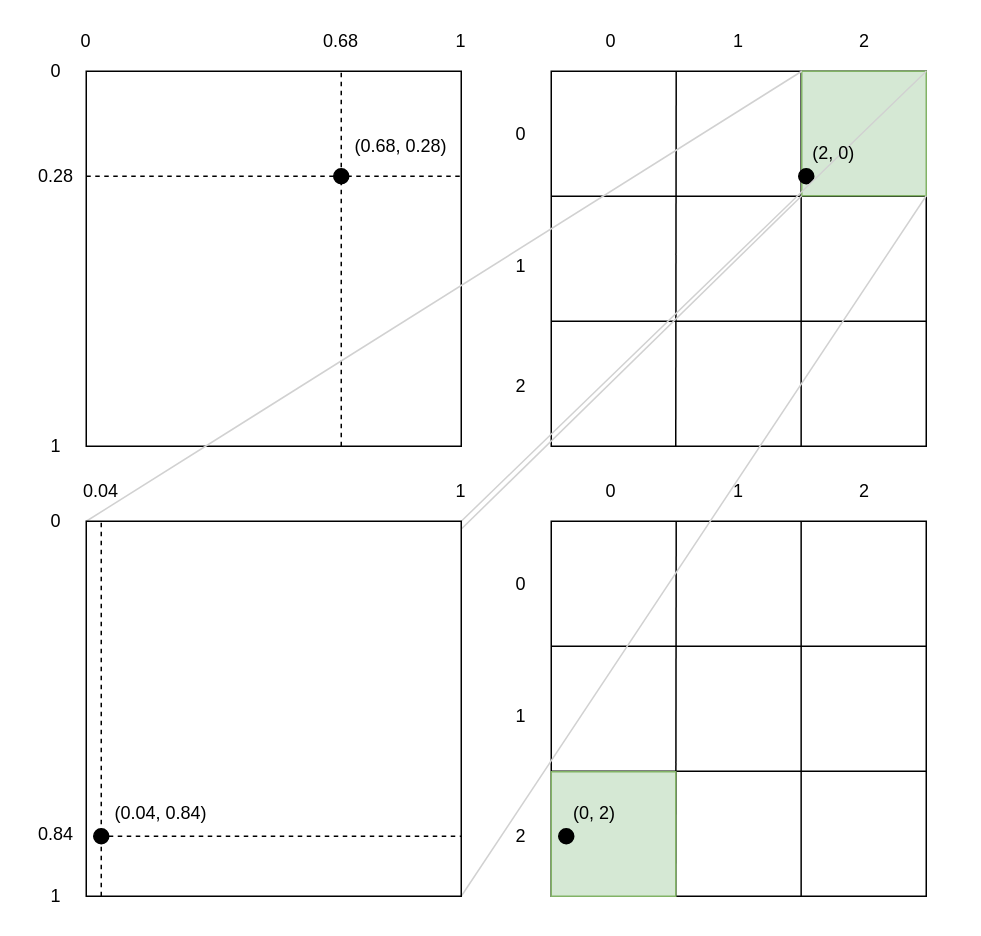
Before: page "Steps" (2 of 4) of Documentation/Wiki/drawio/SquareTreeMapping.drawio in b-faze/faze, a draw.io diagram. Source tidied: cells renumbered, new cells numbered last; positions are measured from the earlier drawing's top-left corner, leaving out a move shared by most shapes. Both pictures are drawn from the tidied source at 150%, with x=0, y=0 at pixel (26, 26).
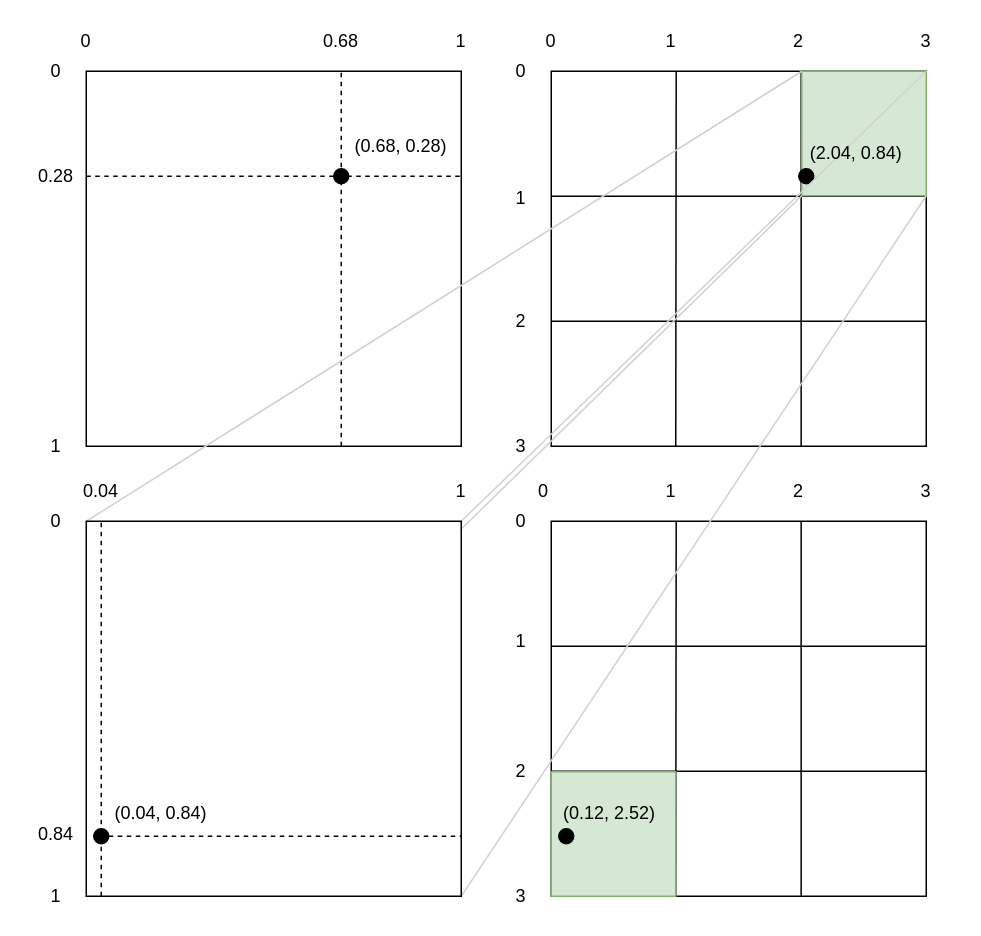
The same diagram, later.

The edit, as a diff of the source:
```diff
@@
     <mxCell id="20" value="0" style="text;html=1;strokeColor=none;fillColor=none;align=center;verticalAlign=middle;whiteSpace=wrap;rounded=0;" parent="1" vertex="1">
-      <mxGeometry x="370" width="40" height="20" as="geometry" />
+      <mxGeometry x="330" width="40" height="20" as="geometry" />
     </mxCell>
     <mxCell id="21" value="1" style="text;html=1;strokeColor=none;fillColor=none;align=center;verticalAlign=middle;whiteSpace=wrap;rounded=0;" parent="1" vertex="1">
-      <mxGeometry x="455" width="40" height="20" as="geometry" />
+      <mxGeometry x="410" width="40" height="20" as="geometry" />
     </mxCell>
     <mxCell id="22" value="2" style="text;html=1;strokeColor=none;fillColor=none;align=center;verticalAlign=middle;whiteSpace=wrap;rounded=0;" parent="1" vertex="1">
-      <mxGeometry x="538.5" width="40" height="20" as="geometry" />
+      <mxGeometry x="495" width="40" height="20" as="geometry" />
     </mxCell>
     <mxCell id="23" value="0" style="text;html=1;strokeColor=none;fillColor=none;align=center;verticalAlign=middle;whiteSpace=wrap;rounded=0;" parent="1" vertex="1">
-      <mxGeometry x="310" y="61.5" width="40" height="20" as="geometry" />
+      <mxGeometry x="310" y="20" width="40" height="20" as="geometry" />
     </mxCell>
     <mxCell id="24" value="1" style="text;html=1;strokeColor=none;fillColor=none;align=center;verticalAlign=middle;whiteSpace=wrap;rounded=0;" parent="1" vertex="1">
-      <mxGeometry x="310" y="150" width="40" height="20" as="geometry" />
+      <mxGeometry x="310" y="105" width="40" height="20" as="geometry" />
     </mxCell>
     <mxCell id="25" value="2" style="text;html=1;strokeColor=none;fillColor=none;align=center;verticalAlign=middle;whiteSpace=wrap;rounded=0;" parent="1" vertex="1">
-      <mxGeometry x="310" y="230" width="40" height="20" as="geometry" />
+      <mxGeometry x="310" y="187" width="40" height="20" as="geometry" />
     </mxCell>
@@
-    <mxCell id="34" value="0" style="text;html=1;strokeColor=none;fillColor=none;align=center;verticalAlign=middle;whiteSpace=wrap;rounded=0;" parent="1" vertex="1">
-      <mxGeometry x="370" y="300" width="40" height="20" as="geometry" />
-    </mxCell>
-    <mxCell id="35" value="1" style="text;html=1;strokeColor=none;fillColor=none;align=center;verticalAlign=middle;whiteSpace=wrap;rounded=0;" parent="1" vertex="1">
-      <mxGeometry x="455" y="300" width="40" height="20" as="geometry" />
-    </mxCell>
-    <mxCell id="36" value="2" style="text;html=1;strokeColor=none;fillColor=none;align=center;verticalAlign=middle;whiteSpace=wrap;rounded=0;" parent="1" vertex="1">
-      <mxGeometry x="538.5" y="300" width="40" height="20" as="geometry" />
-    </mxCell>
     <mxCell id="37" value="0" style="text;html=1;strokeColor=none;fillColor=none;align=center;verticalAlign=middle;whiteSpace=wrap;rounded=0;" parent="1" vertex="1">
-      <mxGeometry x="310" y="361.5" width="40" height="20" as="geometry" />
+      <mxGeometry x="310" y="320" width="40" height="20" as="geometry" />
     </mxCell>
     <mxCell id="38" value="1" style="text;html=1;strokeColor=none;fillColor=none;align=center;verticalAlign=middle;whiteSpace=wrap;rounded=0;" parent="1" vertex="1">
-      <mxGeometry x="310" y="450" width="40" height="20" as="geometry" />
+      <mxGeometry x="310" y="400" width="40" height="20" as="geometry" />
     </mxCell>
     <mxCell id="39" value="2" style="text;html=1;strokeColor=none;fillColor=none;align=center;verticalAlign=middle;whiteSpace=wrap;rounded=0;" parent="1" vertex="1">
-      <mxGeometry x="310" y="530" width="40" height="20" as="geometry" />
+      <mxGeometry x="310" y="487" width="40" height="20" as="geometry" />
     </mxCell>
@@
-    <mxCell id="53" value="(2, 0)" style="text;html=1;strokeColor=none;fillColor=none;align=center;verticalAlign=middle;whiteSpace=wrap;rounded=0;" parent="1" vertex="1">
-      <mxGeometry x="517" y="75" width="43" height="20" as="geometry" />
+    <mxCell id="53" value="(2.04, 0.84)" style="text;html=1;strokeColor=none;fillColor=none;align=center;verticalAlign=middle;whiteSpace=wrap;rounded=0;" parent="1" vertex="1">
+      <mxGeometry x="517" y="75" width="73" height="20" as="geometry" />
     </mxCell>
@@
-    <mxCell id="55" value="(0, 2)" style="text;html=1;strokeColor=none;fillColor=none;align=center;verticalAlign=middle;whiteSpace=wrap;rounded=0;" parent="1" vertex="1">
-      <mxGeometry x="356.5" y="515" width="43.5" height="20" as="geometry" />
+    <mxCell id="55" value="(0.12, 2.52)" style="text;html=1;strokeColor=none;fillColor=none;align=center;verticalAlign=middle;whiteSpace=wrap;rounded=0;" parent="1" vertex="1">
+      <mxGeometry x="356.5" y="515" width="63.5" height="20" as="geometry" />
     </mxCell>
+    <mxCell id="56" value="3" style="text;html=1;strokeColor=none;fillColor=none;align=center;verticalAlign=middle;whiteSpace=wrap;rounded=0;" parent="1" vertex="1">
+      <mxGeometry x="580" width="40" height="20" as="geometry" />
+    </mxCell>
+    <mxCell id="57" value="3" style="text;html=1;strokeColor=none;fillColor=none;align=center;verticalAlign=middle;whiteSpace=wrap;rounded=0;" parent="1" vertex="1">
+      <mxGeometry x="310" y="270" width="40" height="20" as="geometry" />
+    </mxCell>
+    <mxCell id="35" value="1" style="text;html=1;strokeColor=none;fillColor=none;align=center;verticalAlign=middle;whiteSpace=wrap;rounded=0;" parent="1" vertex="1">
+      <mxGeometry x="410" y="300" width="40" height="20" as="geometry" />
+    </mxCell>
+    <mxCell id="36" value="2" style="text;html=1;strokeColor=none;fillColor=none;align=center;verticalAlign=middle;whiteSpace=wrap;rounded=0;" parent="1" vertex="1">
+      <mxGeometry x="495" y="300" width="40" height="20" as="geometry" />
+    </mxCell>
+    <mxCell id="58" value="3" style="text;html=1;strokeColor=none;fillColor=none;align=center;verticalAlign=middle;whiteSpace=wrap;rounded=0;" parent="1" vertex="1">
+      <mxGeometry x="580" y="300" width="40" height="20" as="geometry" />
+    </mxCell>
+    <mxCell id="34" value="0" style="text;html=1;strokeColor=none;fillColor=none;align=center;verticalAlign=middle;whiteSpace=wrap;rounded=0;" parent="1" vertex="1">
+      <mxGeometry x="325" y="300" width="40" height="20" as="geometry" />
+    </mxCell>
+    <mxCell id="59" value="3" style="text;html=1;strokeColor=none;fillColor=none;align=center;verticalAlign=middle;whiteSpace=wrap;rounded=0;" parent="1" vertex="1">
+      <mxGeometry x="310" y="570" width="40" height="20" as="geometry" />
+    </mxCell>
```
